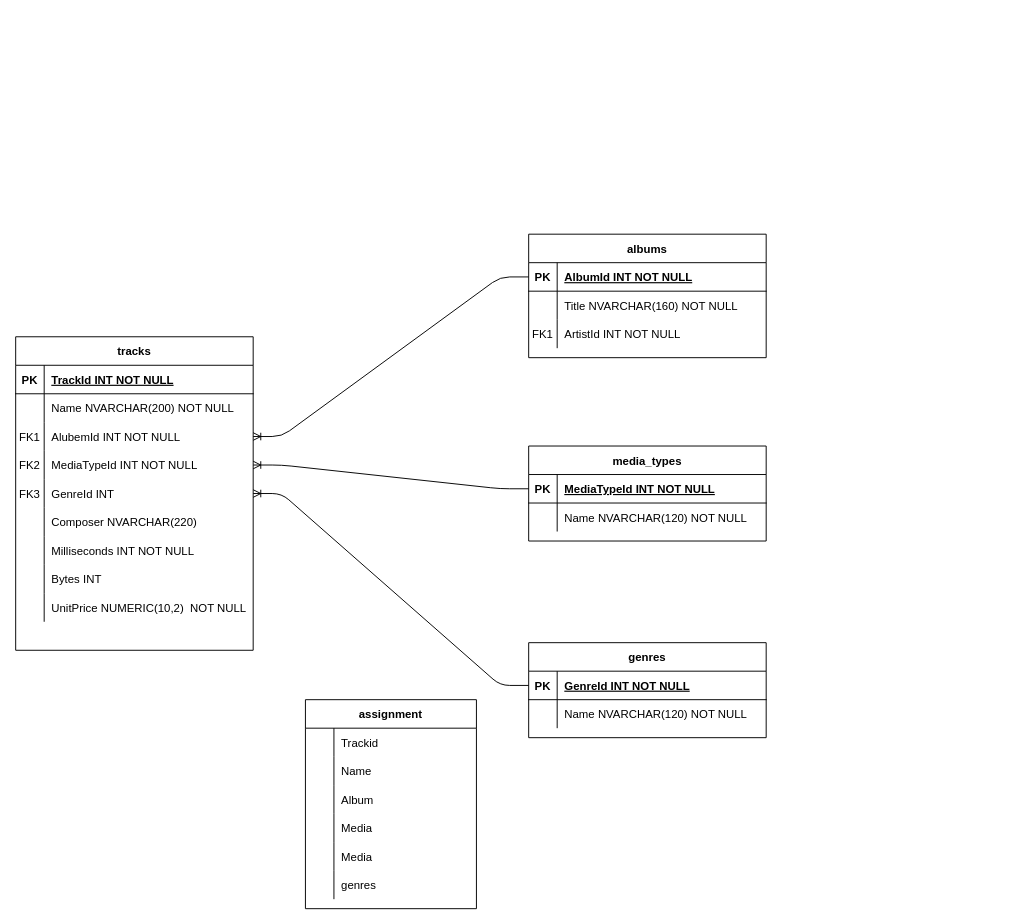
Before: assignment2/ERD.drawio in kongcen71/Assignment, a draw.io diagram. Source tidied: cells renumbered, new cells numbered last; positions are measured from the earlier drawing's top-left corner, leaving out a move shared by most shapes. Both pictures are drawn from the tidied source at 95%, with x=0, y=0 at pixel (15, 234).
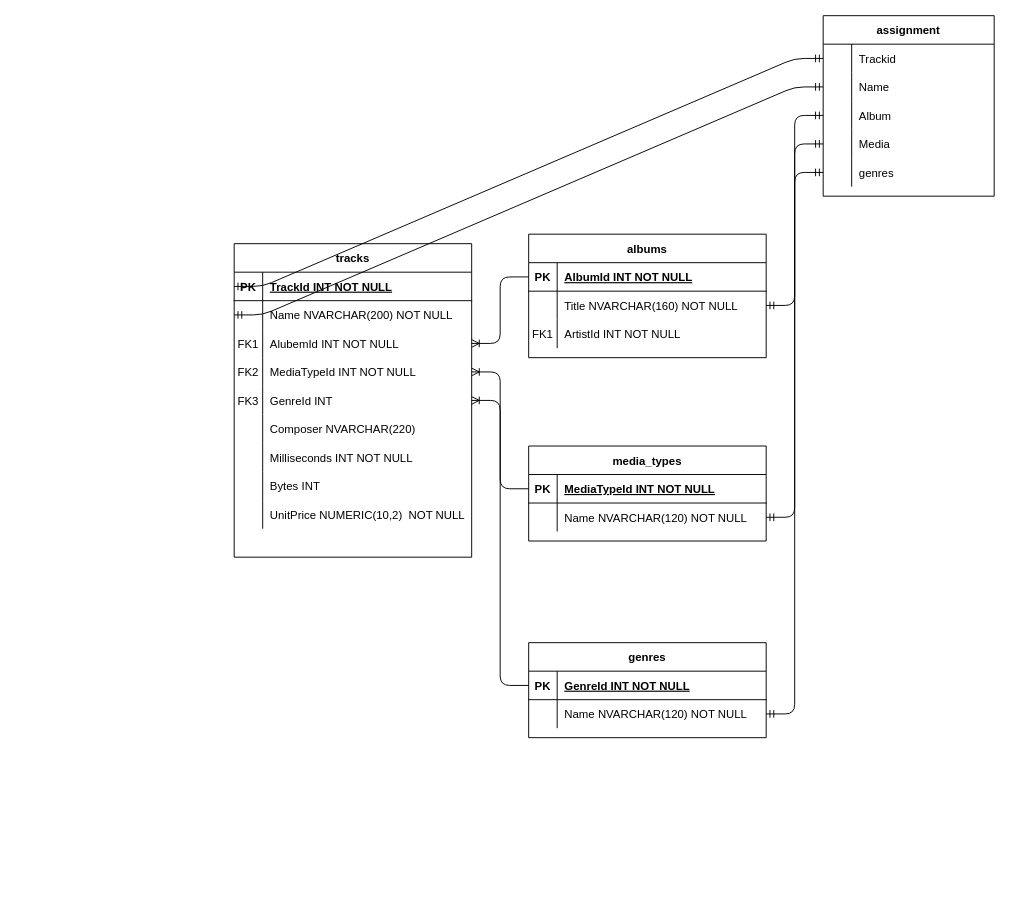
Above is the later version.

The change refers to these unchanged cells:
```xml
<mxCell id="6" style="shape=partialRectangle;fillColor=none;points=[[0,0.5],[1,0.5]];portConstraint=eastwest;top=0;left=0;right=0;bottom=0;" parent="2" vertex="1">
  <mxGeometry y="60" width="250" height="30" as="geometry" />
</mxCell>
<mxCell id="16" style="shape=partialRectangle;fillColor=none;points=[[0,0.5],[1,0.5]];portConstraint=eastwest;top=0;left=0;right=0;bottom=0;" parent="12" vertex="1">
  <mxGeometry y="60" width="250" height="30" as="geometry" />
</mxCell>
<mxCell id="20" style="shape=partialRectangle;fillColor=none;points=[[0,0.5],[1,0.5]];portConstraint=eastwest;top=0;left=0;right=0;bottom=1;" parent="19" vertex="1">
  <mxGeometry y="30" width="250" height="30" as="geometry" />
</mxCell>
<mxCell id="23" style="shape=partialRectangle;fillColor=none;points=[[0,0.5],[1,0.5]];portConstraint=eastwest;top=0;left=0;right=0;bottom=0;" parent="19" vertex="1">
  <mxGeometry y="60" width="250" height="30" as="geometry" />
</mxCell>
<mxCell id="51" style="shape=partialRectangle;fillColor=none;points=[[0,0.5],[1,0.5]];portConstraint=eastwest;top=0;left=0;right=0;bottom=0;" parent="47" vertex="1">
  <mxGeometry y="60" width="250" height="30" as="geometry" />
</mxCell>
<mxCell id="57" style="shape=partialRectangle;fillColor=none;top=0;left=0;bottom=0;right=0;points=[[0,0.5],[1,0.5]];portConstraint=eastwest;" parent="56" vertex="1">
  <mxGeometry y="30" width="180" height="30" as="geometry" />
</mxCell>
<mxCell id="60" style="shape=partialRectangle;fillColor=none;top=0;left=0;bottom=0;right=0;points=[[0,0.5],[1,0.5]];portConstraint=eastwest;" parent="56" vertex="1">
  <mxGeometry y="60" width="180" height="30" as="geometry" />
</mxCell>
<mxCell id="63" style="shape=partialRectangle;fillColor=none;top=0;left=0;bottom=0;right=0;points=[[0,0.5],[1,0.5]];portConstraint=eastwest;" parent="56" vertex="1">
  <mxGeometry y="90" width="180" height="30" as="geometry" />
</mxCell>
<mxCell id="66" style="shape=partialRectangle;fillColor=none;top=0;left=0;bottom=0;right=0;points=[[0,0.5],[1,0.5]];portConstraint=eastwest;" parent="56" vertex="1">
  <mxGeometry y="120" width="180" height="30" as="geometry" />
</mxCell>
```

Change to the diagram source:
```diff
@@
     <mxCell id="19" value="tracks" style="shape=table;startSize=30;childLayout=tableLayout;rowLines=0;fontStyle=1;align=center;" parent="1" vertex="1">
-      <mxGeometry y="108" width="250" height="330" as="geometry" />
+      <mxGeometry x="230" y="10" width="250" height="330" as="geometry" />
     </mxCell>
@@
     <mxCell id="56" value="assignment" style="shape=table;startSize=30;childLayout=tableLayout;rowLines=0;fontStyle=1;align=center;" parent="1" vertex="1">
-      <mxGeometry x="305" y="490" width="180" height="220" as="geometry" />
+      <mxGeometry x="850" y="-230" width="180" height="190" as="geometry" />
     </mxCell>
@@
-    <mxCell id="69" style="shape=partialRectangle;fillColor=none;top=0;left=0;bottom=0;right=0;" parent="56" vertex="1">
-      <mxGeometry y="150" width="180" height="30" as="geometry" />
-    </mxCell>
-    <mxCell id="70" style="shape=partialRectangle;fillColor=none;top=0;left=0;bottom=0;right=0;overflow=hidden;" parent="69" vertex="1">
-      <mxGeometry width="30" height="30" as="geometry" />
-    </mxCell>
-    <mxCell id="71" value="Media" style="shape=partialRectangle;fillColor=none;top=0;left=0;bottom=0;right=0;align=left;spacingLeft=6;overflow=hidden;" parent="69" vertex="1">
-      <mxGeometry x="30" width="150" height="30" as="geometry" />
-    </mxCell>
     <mxCell id="72" style="shape=partialRectangle;fillColor=none;top=0;left=0;bottom=0;right=0;points=[[0,0.5],[1,0.5]];portConstraint=eastwest;" parent="56" vertex="1">
-      <mxGeometry y="180" width="180" height="30" as="geometry" />
+      <mxGeometry y="150" width="180" height="30" as="geometry" />
     </mxCell>
@@
+    <mxCell id="76" style="edgeStyle=entityRelationEdgeStyle;fontSize=12;html=1;endArrow=ERmandOne;startArrow=ERmandOne;exitX=0;exitY=0.5;exitDx=0;exitDy=0;entryX=0;entryY=0.5;entryDx=0;entryDy=0;" parent="1" edge="1" source="20" target="57">
+      <mxGeometry relative="1" as="geometry" />
+    </mxCell>
+    <mxCell id="77" style="edgeStyle=entityRelationEdgeStyle;fontSize=12;html=1;endArrow=ERmandOne;startArrow=ERmandOne;exitX=0;exitY=0.5;exitDx=0;exitDy=0;entryX=0;entryY=0.5;entryDx=0;entryDy=0;" parent="1" edge="1" source="23" target="60">
+      <mxGeometry relative="1" as="geometry" />
+    </mxCell>
+    <mxCell id="78" style="edgeStyle=entityRelationEdgeStyle;fontSize=12;html=1;endArrow=ERmandOne;startArrow=ERmandOne;exitX=0;exitY=0.5;exitDx=0;exitDy=0;" parent="1" edge="1" source="63" target="6">
+      <mxGeometry relative="1" as="geometry" />
+    </mxCell>
+    <mxCell id="79" style="edgeStyle=entityRelationEdgeStyle;fontSize=12;html=1;endArrow=ERmandOne;startArrow=ERmandOne;exitX=0;exitY=0.5;exitDx=0;exitDy=0;entryX=1;entryY=0.5;entryDx=0;entryDy=0;" parent="1" edge="1" source="66" target="16">
+      <mxGeometry relative="1" as="geometry" />
+    </mxCell>
+    <mxCell id="80" style="edgeStyle=entityRelationEdgeStyle;fontSize=12;html=1;endArrow=ERmandOne;startArrow=ERmandOne;exitX=0;exitY=0.5;exitDx=0;exitDy=0;entryX=1;entryY=0.5;entryDx=0;entryDy=0;" parent="1" edge="1" source="72" target="51">
+      <mxGeometry relative="1" as="geometry" />
+    </mxCell>
```
